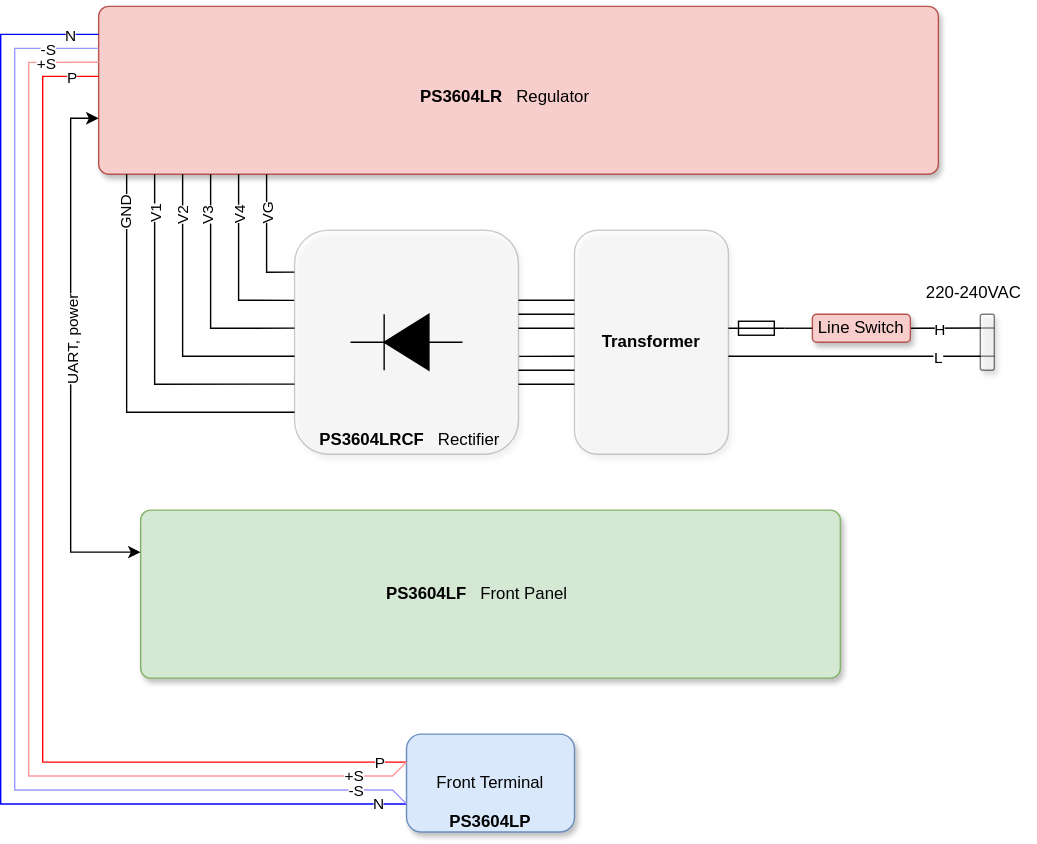
Before: doc/PS3604L.drawio.svg, a diagram exported from draw.io (d-el/PS3604L). Source tidied: cells renumbered, new cells last; positions are measured from the earlier drawing's top-left corner, leaving out a move shared by most shapes.
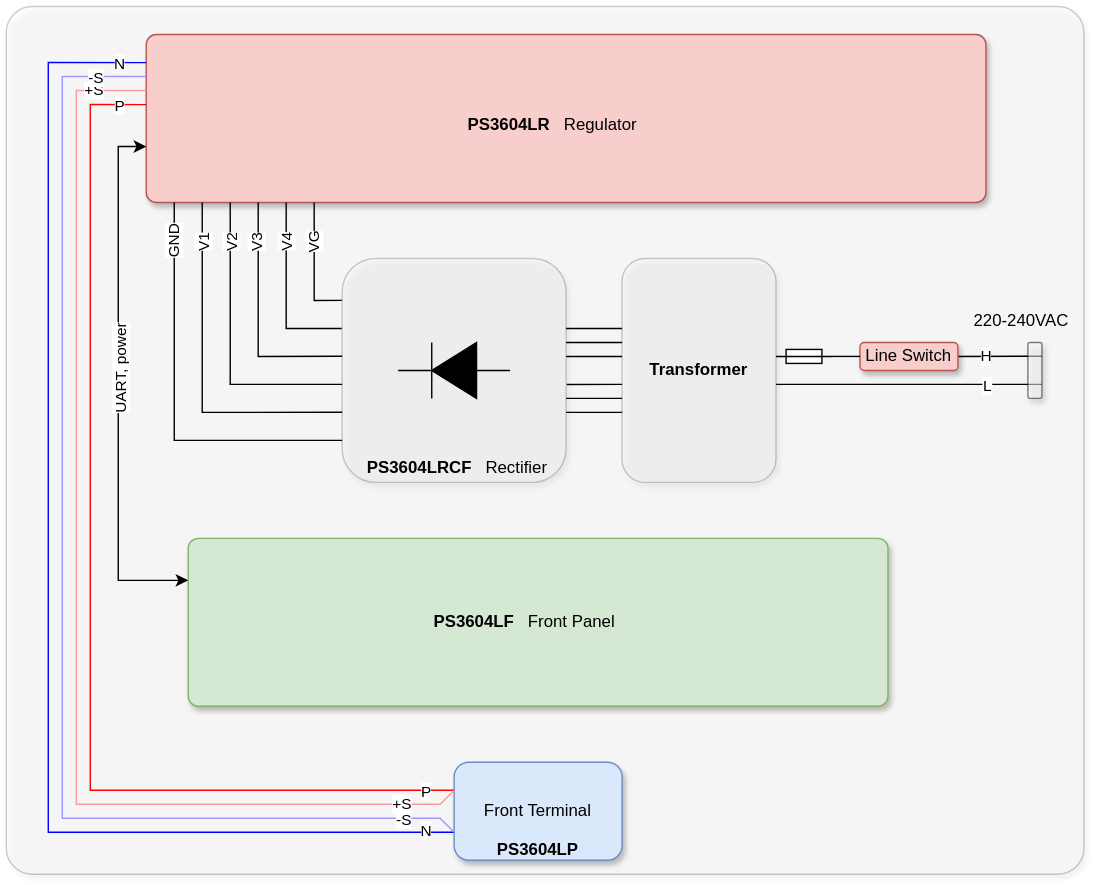
The same file after the commit.

Commit message:
Update overall structure

What changed in the source:
```diff
@@ -2,6 +2,9 @@
   <root>
     <mxCell id="0" />
     <mxCell id="1" parent="0" />
+    <mxCell id="53" style="rounded=1;whiteSpace=wrap;html=1;arcSize=3;opacity=20;shadow=1;" parent="1" vertex="1">
+      <mxGeometry x="-30" y="-20" width="770" height="620" as="geometry" />
+    </mxCell>
     <mxCell id="2" value="Front Terminal" style="rounded=1;whiteSpace=wrap;html=1;fillColor=#dae8fc;strokeColor=#6c8ebf;shadow=1;" parent="1" vertex="1">
       <mxGeometry x="290" y="520" width="120" height="70" as="geometry" />
     </mxCell>
```
